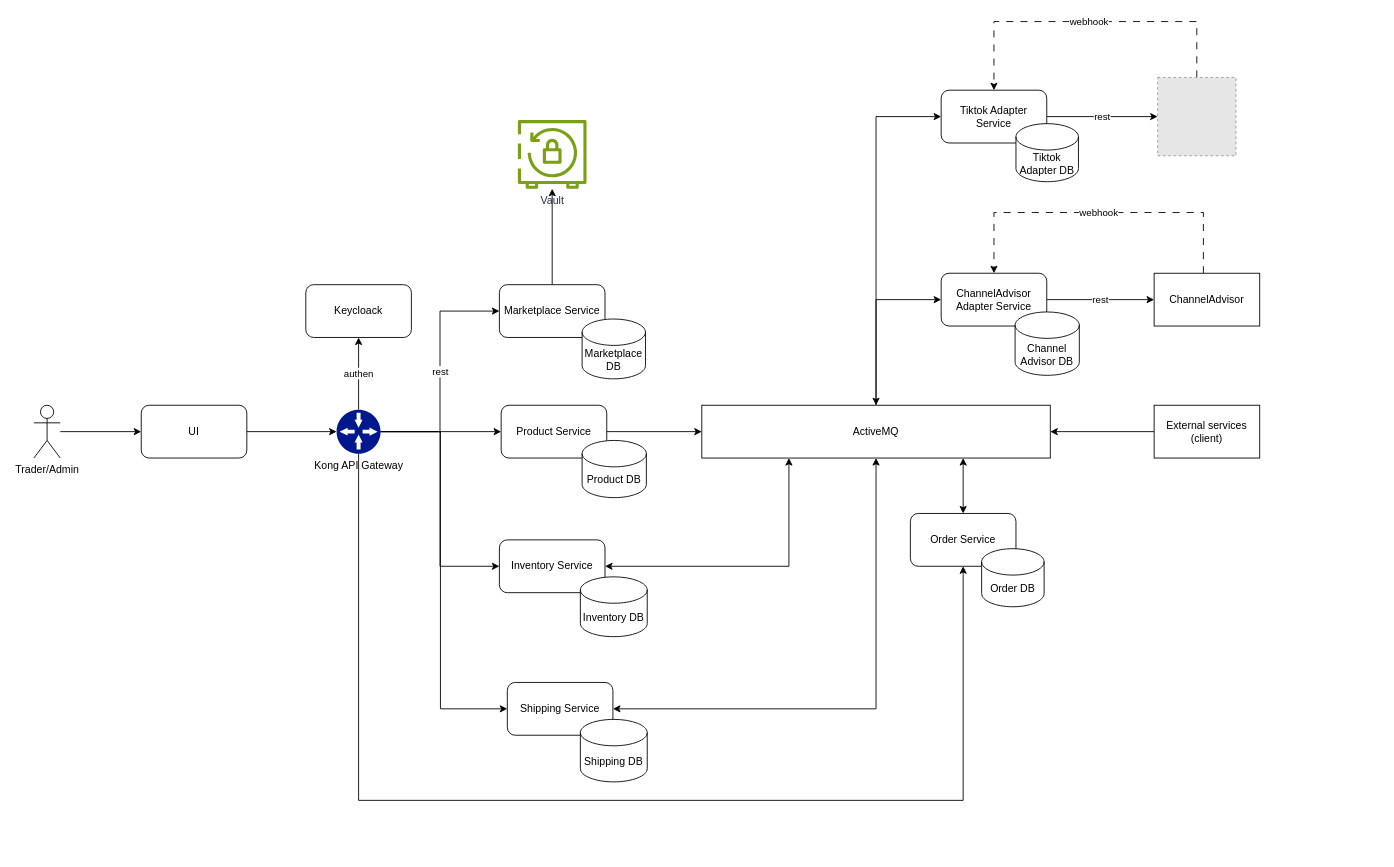
Earlier version of the draw.io diagram page "Page-17" (17 of 17) of hibernate.drawio (minhtran-q/hibernate-knowledge). Source tidied: cells renumbered, new cells numbered last; positions are measured from the earlier drawing's top-left corner, leaving out a move shared by most shapes. Both pictures are drawn from the tidied source at 88%, with x=0, y=0 at pixel (33, 21). Pictures stored in the file or linked from it are replaced by grey dashed boxes.
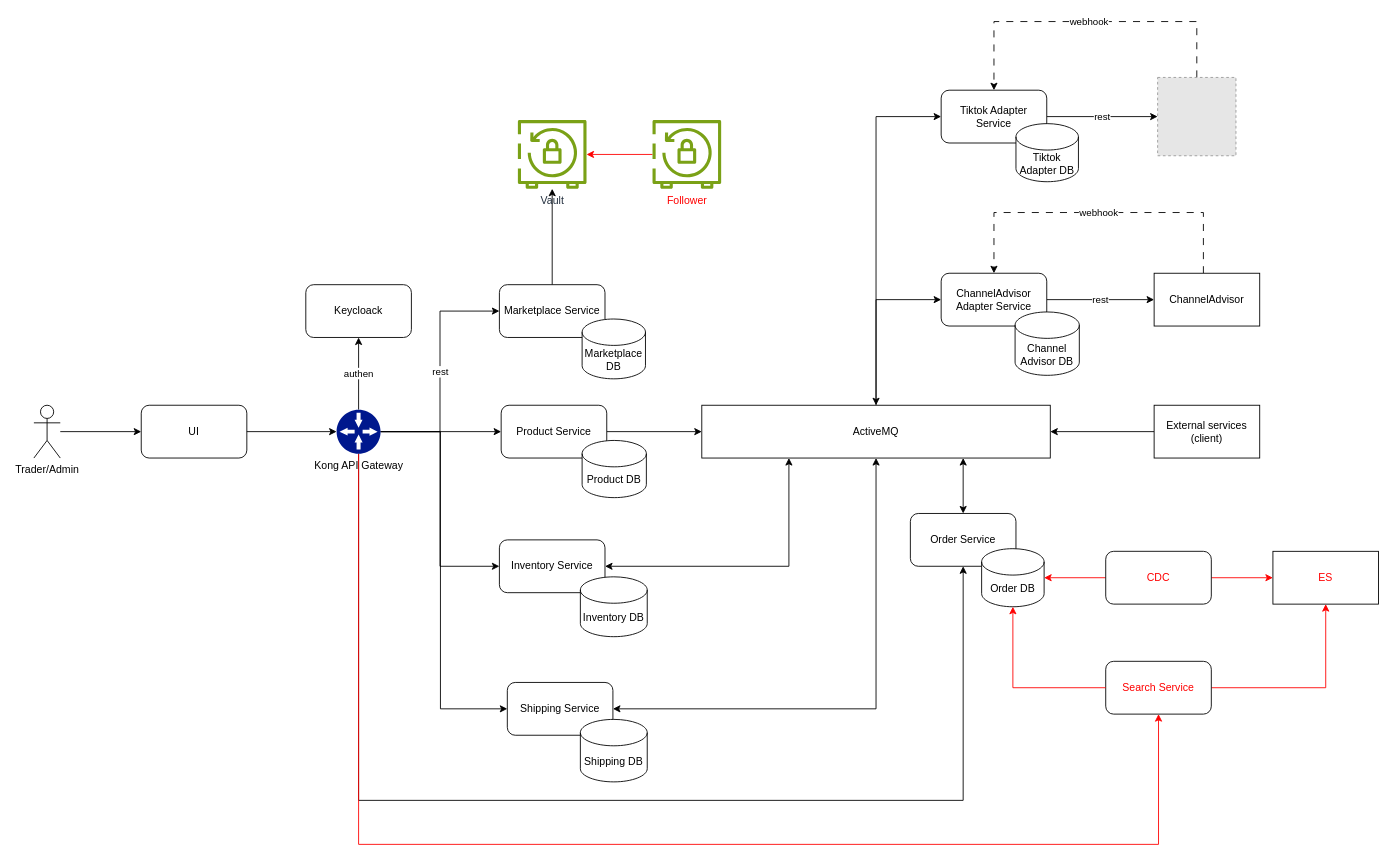
Above is the later version.

The change refers to these unchanged cells:
```xml
<mxCell id="11" value="Kong API Gateway" style="sketch=0;shadow=0;dashed=0;html=1;strokeColor=none;labelPosition=center;verticalLabelPosition=bottom;verticalAlign=top;align=center;fillColor=#00188D;shape=mxgraph.mscae.enterprise.gateway;" parent="1" vertex="1">
  <mxGeometry x="344" y="441" width="50" height="50" as="geometry" />
</mxCell>
<mxCell id="41" value="Vault" style="sketch=0;outlineConnect=0;fontColor=#232F3E;gradientColor=none;fillColor=#7AA116;strokeColor=none;dashed=0;verticalLabelPosition=bottom;verticalAlign=top;align=center;html=1;fontSize=12;fontStyle=0;shape=mxgraph.aws4.aws_backup_vault_lock;" parent="1" vertex="1">
  <mxGeometry x="550" y="112" width="78" height="78" as="geometry" />
</mxCell>
<mxCell id="42" value="Order DB" style="shape=cylinder3;whiteSpace=wrap;html=1;boundedLbl=1;backgroundOutline=1;size=15;" parent="1" vertex="1">
  <mxGeometry x="1077" y="599" width="71" height="66" as="geometry" />
</mxCell>
```

The edit, as a diff of the source:
```diff
@@
+    <mxCell id="45" style="edgeStyle=orthogonalEdgeStyle;rounded=0;jettySize=auto;html=1;entryX=0.5;entryY=1;entryDx=0;entryDy=0;strokeColor=#FF0000;" parent="1" edge="1" source="11" target="52">
+      <mxGeometry relative="1" as="geometry">
+        <Array as="points">
+          <mxPoint x="369" y="935" />
+          <mxPoint x="1278" y="935" />
+        </Array>
+      </mxGeometry>
+    </mxCell>
@@
+    <mxCell id="46" style="edgeStyle=orthogonalEdgeStyle;rounded=0;jettySize=auto;html=1;fillColor=#f8cecc;strokeColor=#ff0000;" parent="1" edge="1" source="47" target="41">
+      <mxGeometry relative="1" as="geometry" />
+    </mxCell>
+    <mxCell id="47" value="&lt;font color=&quot;#ff0000&quot;&gt;Follower&lt;/font&gt;" style="sketch=0;outlineConnect=0;fontColor=#232F3E;gradientColor=none;fillColor=#7AA116;strokeColor=none;dashed=0;verticalLabelPosition=bottom;verticalAlign=top;align=center;html=1;fontSize=12;fontStyle=0;shape=mxgraph.aws4.aws_backup_vault_lock;" parent="1" vertex="1">
+      <mxGeometry x="703" y="112" width="78" height="78" as="geometry" />
+    </mxCell>
+    <mxCell id="48" style="edgeStyle=orthogonalEdgeStyle;rounded=0;jettySize=auto;html=1;strokeColor=#FF0000;" parent="1" edge="1" source="50" target="42">
+      <mxGeometry relative="1" as="geometry" />
+    </mxCell>
+    <mxCell id="49" style="edgeStyle=orthogonalEdgeStyle;rounded=0;jettySize=auto;html=1;strokeColor=#FF0000;" parent="1" edge="1" source="50" target="54">
+      <mxGeometry relative="1" as="geometry" />
+    </mxCell>
+    <mxCell id="50" value="&lt;font color=&quot;#ff0000&quot;&gt;CDC&lt;/font&gt;" style="rounded=1;whiteSpace=wrap;html=1;" parent="1" vertex="1">
+      <mxGeometry x="1218" y="602" width="120" height="60" as="geometry" />
+    </mxCell>
+    <mxCell id="51" style="edgeStyle=orthogonalEdgeStyle;rounded=0;jettySize=auto;html=1;entryX=0.5;entryY=1;entryDx=0;entryDy=0;strokeColor=#FF0000;align=center;verticalAlign=middle;fontFamily=Helvetica;fontSize=11;fontColor=default;labelBackgroundColor=default;endArrow=classic;" parent="1" edge="1" source="52" target="54">
+      <mxGeometry relative="1" as="geometry" />
+    </mxCell>
+    <mxCell id="52" value="&lt;font color=&quot;#ff0000&quot;&gt;Search Service&lt;/font&gt;" style="rounded=1;whiteSpace=wrap;html=1;" parent="1" vertex="1">
+      <mxGeometry x="1218" y="727" width="120" height="60" as="geometry" />
+    </mxCell>
+    <mxCell id="53" style="edgeStyle=orthogonalEdgeStyle;rounded=0;jettySize=auto;html=1;entryX=0.5;entryY=1;entryDx=0;entryDy=0;entryPerimeter=0;strokeColor=#FF0000;" parent="1" edge="1" source="52" target="42">
+      <mxGeometry relative="1" as="geometry" />
+    </mxCell>
+    <mxCell id="54" value="&lt;font color=&quot;#ff0000&quot;&gt;ES&lt;/font&gt;" style="rounded=0;whiteSpace=wrap;html=1;" parent="1" vertex="1">
+      <mxGeometry x="1408" y="602" width="120" height="60" as="geometry" />
+    </mxCell>
```
